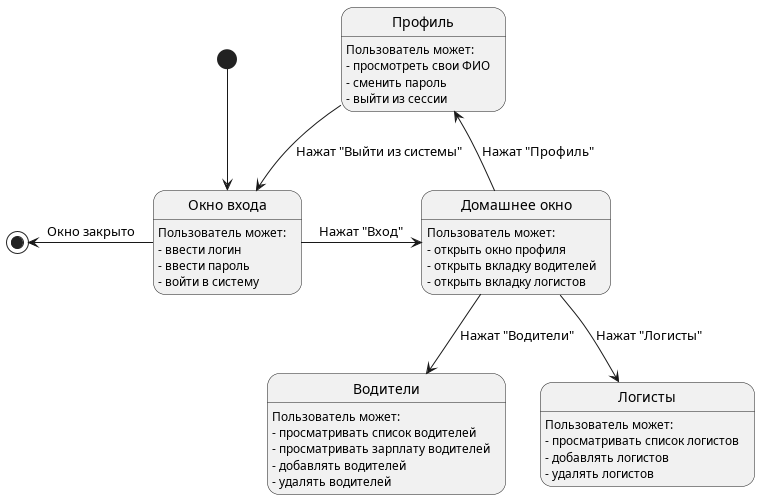
The PlantUML diagram state/accountant.png in gur7en/kp4, before a commit.
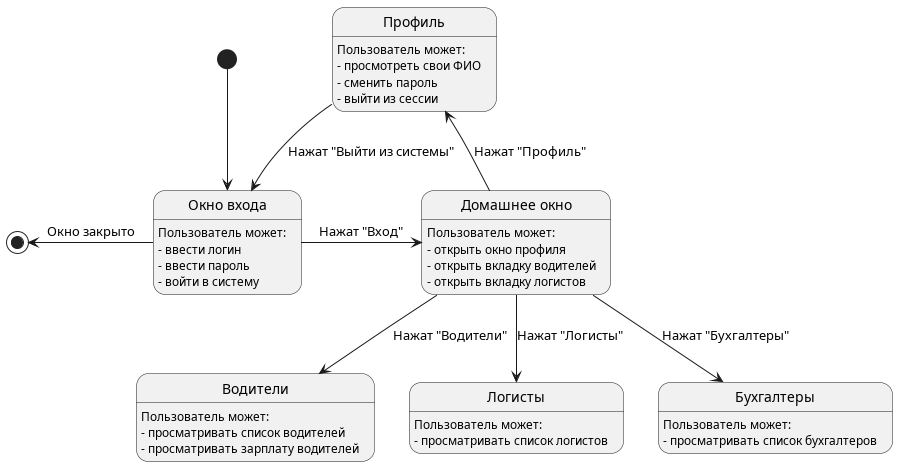
The same file after the commit.

Change to the diagram source:
```diff
@@ -5,6 +5,7 @@
 state "Профиль" as profile
 state "Водители" as drivers
 state "Логисты" as logists
+state "Бухгалтеры" as accounters
 
 login : Пользователь может:
 login : - ввести логин
@@ -24,19 +25,19 @@
 drivers : Пользователь может:
 drivers : - просматривать список водителей
 drivers : - просматривать зарплату водителей
-drivers : - добавлять водителей
-drivers : - удалять водителей
 
 logists : Пользователь может:
 logists : - просматривать список логистов
-logists : - добавлять логистов
-logists : - удалять логистов
+
+accounters : Пользователь может:
+accounters : - просматривать список бухгалтеров
 
 [*] -down-> login
 login -right-> home : Нажат "Вход"
 home -up-> profile : Нажат "Профиль"
 home --> drivers : Нажат "Водители"
 home --> logists : Нажат "Логисты"
+home --> accounters : Нажат "Бухгалтеры"
 profile --> login : Нажат "Выйти из системы"
 login -left-> [*] : Окно закрыто
 
```
